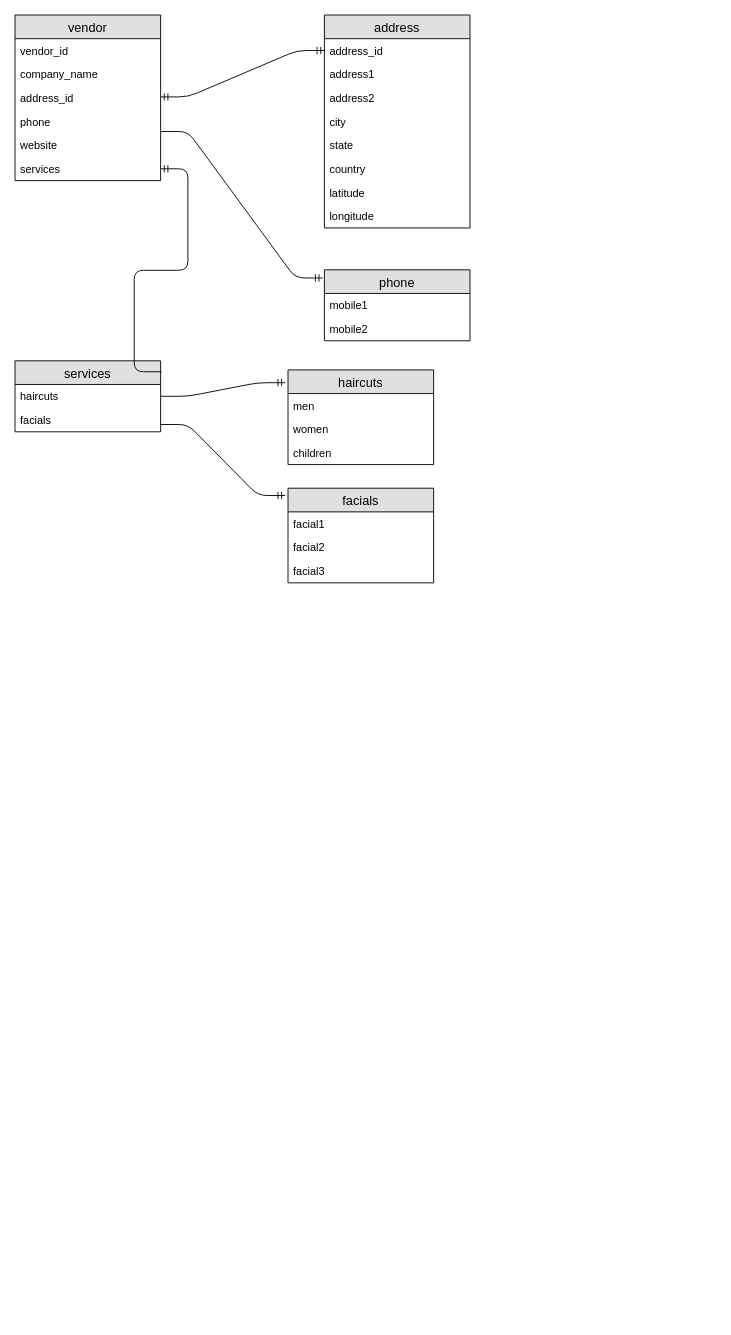
Above: Salon.drawio in prakash1307/examples (draw.io), before the change. Source tidied: cells renumbered, new cells numbered last; positions are measured from the earlier drawing's top-left corner, leaving out a move shared by most shapes. Both pictures are drawn from the tidied source at 91%, with x=0, y=0 at pixel (15, 15).
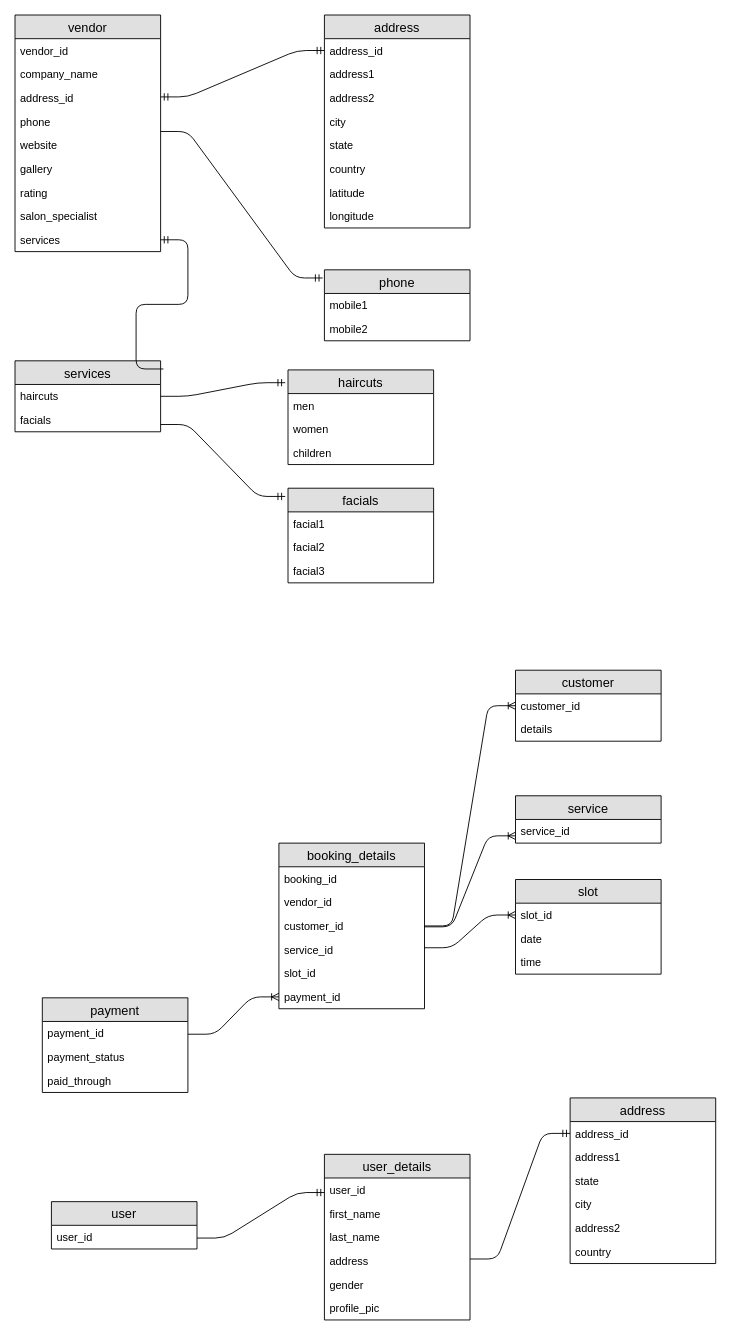
Above is the later version.

The change refers to these unchanged cells:
```xml
<mxCell id="23" value="services" style="swimlane;fontStyle=0;horizontal=1;startSize=26;fillColor=#e0e0e0;swimlaneFillColor=#ffffff;align=center;fontSize=14;" parent="1" vertex="1">
  <mxGeometry y="380" width="160" height="78" as="geometry" />
</mxCell>
<mxCell id="31" value="facials" style="swimlane;fontStyle=0;horizontal=1;startSize=26;fillColor=#e0e0e0;swimlaneFillColor=#ffffff;align=center;fontSize=14;" parent="1" vertex="1">
  <mxGeometry x="300" y="520" width="160" height="104" as="geometry" />
</mxCell>
```

Diff of the diagram source:
```diff
@@
     <mxCell id="2" value="vendor" style="swimlane;fontStyle=0;horizontal=1;startSize=26;fillColor=#e0e0e0;swimlaneFillColor=#ffffff;align=center;fontSize=14;" parent="1" vertex="1">
-      <mxGeometry width="160" height="182" as="geometry" />
+      <mxGeometry width="160" height="260" as="geometry" />
     </mxCell>
@@
+    <mxCell id="37" value="gallery&#10;" style="text;strokeColor=none;fillColor=none;spacingLeft=4;spacingRight=4;overflow=hidden;fontSize=12;" parent="2" vertex="1">
+      <mxGeometry y="156" width="160" height="26" as="geometry" />
+    </mxCell>
+    <mxCell id="38" value="rating" style="text;strokeColor=none;fillColor=none;spacingLeft=4;spacingRight=4;overflow=hidden;fontSize=12;" parent="2" vertex="1">
+      <mxGeometry y="182" width="160" height="26" as="geometry" />
+    </mxCell>
+    <mxCell id="39" value="salon_specialist" style="text;strokeColor=none;fillColor=none;spacingLeft=4;spacingRight=4;overflow=hidden;fontSize=12;" parent="2" vertex="1">
+      <mxGeometry y="208" width="160" height="26" as="geometry" />
+    </mxCell>
-    <mxCell id="8" value="services&#10;" style="text;strokeColor=none;fillColor=none;spacingLeft=4;spacingRight=4;overflow=hidden;points=[[0,0.5],[1,0.5]];portConstraint=eastwest;fontSize=12;" parent="2" vertex="1">
-      <mxGeometry y="156" width="160" height="26" as="geometry" />
+    <mxCell id="8" value="services" style="text;strokeColor=none;fillColor=none;spacingLeft=4;spacingRight=4;overflow=hidden;points=[[0,0.5],[1,0.5]];portConstraint=eastwest;fontSize=12;" parent="2" vertex="1">
+      <mxGeometry y="234" width="160" height="26" as="geometry" />
     </mxCell>
@@
-    <mxCell id="26" style="edgeStyle=entityRelationEdgeStyle;fontSize=12;html=1;endArrow=ERmandOne;exitX=1.006;exitY=0.154;exitDx=0;exitDy=0;exitPerimeter=0;" parent="1" edge="1" source="23" target="8">
+    <mxCell id="26" style="edgeStyle=entityRelationEdgeStyle;fontSize=12;html=1;endArrow=ERmandOne;exitX=1.019;exitY=0.115;exitDx=0;exitDy=0;exitPerimeter=0;" parent="1" edge="1" source="23" target="8">
       <mxGeometry relative="1" as="geometry" />
     </mxCell>
@@
-    <mxCell id="36" style="edgeStyle=entityRelationEdgeStyle;fontSize=12;html=1;endArrow=ERmandOne;entryX=-0.019;entryY=0.077;entryDx=0;entryDy=0;entryPerimeter=0;" parent="1" edge="1" target="31">
+    <mxCell id="36" style="edgeStyle=entityRelationEdgeStyle;fontSize=12;html=1;endArrow=ERmandOne;entryX=-0.019;entryY=0.087;entryDx=0;entryDy=0;entryPerimeter=0;" parent="1" edge="1" target="31">
       <mxGeometry relative="1" as="geometry">
         <mxPoint x="160" y="450" as="sourcePoint" />
       </mxGeometry>
     </mxCell>
+    <mxCell id="40" value="booking_details" style="swimlane;fontStyle=0;horizontal=1;startSize=26;fillColor=#e0e0e0;swimlaneFillColor=#ffffff;align=center;fontSize=14;" parent="1" vertex="1">
+      <mxGeometry x="290" y="910" width="160" height="182" as="geometry" />
+    </mxCell>
+    <mxCell id="41" value="booking_id" style="text;strokeColor=none;fillColor=none;spacingLeft=4;spacingRight=4;overflow=hidden;fontSize=12;" parent="40" vertex="1">
+      <mxGeometry y="26" width="160" height="26" as="geometry" />
+    </mxCell>
+    <mxCell id="42" value="vendor_id" style="text;strokeColor=none;fillColor=none;spacingLeft=4;spacingRight=4;overflow=hidden;fontSize=12;" parent="40" vertex="1">
+      <mxGeometry y="52" width="160" height="26" as="geometry" />
+    </mxCell>
+    <mxCell id="43" value="customer_id" style="text;strokeColor=none;fillColor=none;spacingLeft=4;spacingRight=4;overflow=hidden;points=[[0,0.5],[1,0.5]];portConstraint=eastwest;fontSize=12;" parent="40" vertex="1">
+      <mxGeometry y="78" width="160" height="26" as="geometry" />
+    </mxCell>
+    <mxCell id="44" value="service_id&#10;" style="text;strokeColor=none;fillColor=none;spacingLeft=4;spacingRight=4;overflow=hidden;fontSize=12;" parent="40" vertex="1">
+      <mxGeometry y="104" width="160" height="26" as="geometry" />
+    </mxCell>
+    <mxCell id="45" value="slot_id" style="text;strokeColor=none;fillColor=none;spacingLeft=4;spacingRight=4;overflow=hidden;fontSize=12;" parent="40" vertex="1">
+      <mxGeometry y="130" width="160" height="26" as="geometry" />
+    </mxCell>
+    <mxCell id="46" value="payment_id" style="text;strokeColor=none;fillColor=none;spacingLeft=4;spacingRight=4;overflow=hidden;points=[[0,0.5],[1,0.5]];portConstraint=eastwest;fontSize=12;" parent="40" vertex="1">
+      <mxGeometry y="156" width="160" height="26" as="geometry" />
+    </mxCell>
+    <mxCell id="47" value="customer" style="swimlane;fontStyle=0;horizontal=1;startSize=26;fillColor=#e0e0e0;swimlaneFillColor=#ffffff;align=center;fontSize=14;" parent="1" vertex="1">
+      <mxGeometry x="550" y="720" width="160" height="78" as="geometry" />
+    </mxCell>
+    <mxCell id="48" value="customer_id&#10;" style="text;strokeColor=none;fillColor=none;spacingLeft=4;spacingRight=4;overflow=hidden;fontSize=12;" parent="47" vertex="1">
+      <mxGeometry y="26" width="160" height="26" as="geometry" />
+    </mxCell>
+    <mxCell id="49" value="details" style="text;strokeColor=none;fillColor=none;spacingLeft=4;spacingRight=4;overflow=hidden;fontSize=12;" parent="47" vertex="1">
+      <mxGeometry y="52" width="160" height="26" as="geometry" />
+    </mxCell>
+    <mxCell id="50" style="edgeStyle=entityRelationEdgeStyle;fontSize=12;html=1;endArrow=ERoneToMany;exitX=1;exitY=0.5;exitDx=0;exitDy=0;" parent="1" edge="1" source="43">
+      <mxGeometry relative="1" as="geometry">
+        <mxPoint x="550" y="759" as="targetPoint" />
+      </mxGeometry>
+    </mxCell>
+    <mxCell id="51" value="service" style="swimlane;fontStyle=0;horizontal=1;startSize=26;fillColor=#e0e0e0;swimlaneFillColor=#ffffff;align=center;fontSize=14;" parent="1" vertex="1">
+      <mxGeometry x="550" y="858" width="160" height="52" as="geometry" />
+    </mxCell>
+    <mxCell id="52" value="service_id" style="text;strokeColor=none;fillColor=none;spacingLeft=4;spacingRight=4;overflow=hidden;fontSize=12;" parent="51" vertex="1">
+      <mxGeometry y="26" width="160" height="26" as="geometry" />
+    </mxCell>
+    <mxCell id="53" style="edgeStyle=entityRelationEdgeStyle;fontSize=12;html=1;endArrow=ERoneToMany;" parent="1" edge="1">
+      <mxGeometry relative="1" as="geometry">
+        <mxPoint x="450" y="1002" as="sourcePoint" />
+        <mxPoint x="550" y="902" as="targetPoint" />
+      </mxGeometry>
+    </mxCell>
+    <mxCell id="54" value="slot" style="swimlane;fontStyle=0;horizontal=1;startSize=26;fillColor=#e0e0e0;swimlaneFillColor=#ffffff;align=center;fontSize=14;" parent="1" vertex="1">
+      <mxGeometry x="550" y="950" width="160" height="104" as="geometry" />
+    </mxCell>
+    <mxCell id="55" value="slot_id" style="text;strokeColor=none;fillColor=none;spacingLeft=4;spacingRight=4;overflow=hidden;points=[[0,0.5],[1,0.5]];portConstraint=eastwest;fontSize=12;" parent="54" vertex="1">
+      <mxGeometry y="26" width="160" height="26" as="geometry" />
+    </mxCell>
+    <mxCell id="56" value="date" style="text;strokeColor=none;fillColor=none;spacingLeft=4;spacingRight=4;overflow=hidden;fontSize=12;" parent="54" vertex="1">
+      <mxGeometry y="52" width="160" height="26" as="geometry" />
+    </mxCell>
+    <mxCell id="57" value="time" style="text;strokeColor=none;fillColor=none;spacingLeft=4;spacingRight=4;overflow=hidden;fontSize=12;" parent="54" vertex="1">
+      <mxGeometry y="78" width="160" height="26" as="geometry" />
+    </mxCell>
+    <mxCell id="58" style="edgeStyle=entityRelationEdgeStyle;fontSize=12;html=1;endArrow=ERoneToMany;entryX=0;entryY=0.5;entryDx=0;entryDy=0;" parent="1" edge="1" target="55">
+      <mxGeometry relative="1" as="geometry">
+        <mxPoint x="450" y="1025" as="sourcePoint" />
+      </mxGeometry>
+    </mxCell>
+    <mxCell id="59" value="payment" style="swimlane;fontStyle=0;horizontal=1;startSize=26;fillColor=#e0e0e0;swimlaneFillColor=#ffffff;align=center;fontSize=14;" parent="1" vertex="1">
+      <mxGeometry x="30" y="1080" width="160" height="104" as="geometry" />
+    </mxCell>
+    <mxCell id="60" value="payment_id" style="text;strokeColor=none;fillColor=none;spacingLeft=4;spacingRight=4;overflow=hidden;fontSize=12;" parent="59" vertex="1">
+      <mxGeometry y="26" width="160" height="26" as="geometry" />
+    </mxCell>
+    <mxCell id="61" value="payment_status" style="text;strokeColor=none;fillColor=none;spacingLeft=4;spacingRight=4;overflow=hidden;fontSize=12;" parent="59" vertex="1">
+      <mxGeometry y="52" width="160" height="26" as="geometry" />
+    </mxCell>
+    <mxCell id="62" value="paid_through" style="text;strokeColor=none;fillColor=none;spacingLeft=4;spacingRight=4;overflow=hidden;fontSize=12;" parent="59" vertex="1">
+      <mxGeometry y="78" width="160" height="26" as="geometry" />
+    </mxCell>
+    <mxCell id="63" style="edgeStyle=entityRelationEdgeStyle;fontSize=12;html=1;endArrow=ERoneToMany;entryX=0;entryY=0.5;entryDx=0;entryDy=0;" parent="1" edge="1" target="46">
+      <mxGeometry relative="1" as="geometry">
+        <mxPoint x="190" y="1120" as="sourcePoint" />
+      </mxGeometry>
+    </mxCell>
+    <mxCell id="64" value="user" style="swimlane;fontStyle=0;horizontal=1;startSize=26;fillColor=#e0e0e0;swimlaneFillColor=#ffffff;align=center;fontSize=14;" parent="1" vertex="1">
+      <mxGeometry x="40" y="1304" width="160" height="52" as="geometry" />
+    </mxCell>
+    <mxCell id="65" value="user_id" style="text;strokeColor=none;fillColor=none;spacingLeft=4;spacingRight=4;overflow=hidden;fontSize=12;" parent="64" vertex="1">
+      <mxGeometry y="26" width="160" height="26" as="geometry" />
+    </mxCell>
+    <mxCell id="66" value="user_details" style="swimlane;fontStyle=0;horizontal=1;startSize=26;fillColor=#e0e0e0;swimlaneFillColor=#ffffff;align=center;fontSize=14;" parent="1" vertex="1">
+      <mxGeometry x="340" y="1252" width="160" height="182" as="geometry" />
+    </mxCell>
+    <mxCell id="67" value="user_id" style="text;strokeColor=none;fillColor=none;spacingLeft=4;spacingRight=4;overflow=hidden;points=[[0,0.5],[1,0.5]];portConstraint=eastwest;fontSize=12;" parent="66" vertex="1">
+      <mxGeometry y="26" width="160" height="26" as="geometry" />
+    </mxCell>
+    <mxCell id="68" value="first_name" style="text;strokeColor=none;fillColor=none;spacingLeft=4;spacingRight=4;overflow=hidden;fontSize=12;" parent="66" vertex="1">
+      <mxGeometry y="52" width="160" height="26" as="geometry" />
+    </mxCell>
+    <mxCell id="69" value="last_name" style="text;strokeColor=none;fillColor=none;spacingLeft=4;spacingRight=4;overflow=hidden;fontSize=12;" parent="66" vertex="1">
+      <mxGeometry y="78" width="160" height="26" as="geometry" />
+    </mxCell>
+    <mxCell id="70" value="address" style="text;strokeColor=none;fillColor=none;spacingLeft=4;spacingRight=4;overflow=hidden;fontSize=12;" parent="66" vertex="1">
+      <mxGeometry y="104" width="160" height="26" as="geometry" />
+    </mxCell>
+    <mxCell id="71" value="gender" style="text;strokeColor=none;fillColor=none;spacingLeft=4;spacingRight=4;overflow=hidden;fontSize=12;" parent="66" vertex="1">
+      <mxGeometry y="130" width="160" height="26" as="geometry" />
+    </mxCell>
+    <mxCell id="72" value="profile_pic" style="text;strokeColor=none;fillColor=none;spacingLeft=4;spacingRight=4;overflow=hidden;fontSize=12;" parent="66" vertex="1">
+      <mxGeometry y="156" width="160" height="26" as="geometry" />
+    </mxCell>
+    <mxCell id="73" style="edgeStyle=entityRelationEdgeStyle;fontSize=12;html=1;endArrow=ERmandOne;entryX=0;entryY=0.615;entryDx=0;entryDy=0;entryPerimeter=0;" parent="1" edge="1" target="67">
+      <mxGeometry relative="1" as="geometry">
+        <mxPoint x="200" y="1344" as="sourcePoint" />
+      </mxGeometry>
+    </mxCell>
+    <mxCell id="74" value="address" style="swimlane;fontStyle=0;horizontal=1;startSize=26;fillColor=#e0e0e0;swimlaneFillColor=#ffffff;align=center;fontSize=14;" parent="1" vertex="1">
+      <mxGeometry x="610" y="1190" width="160" height="182" as="geometry" />
+    </mxCell>
+    <mxCell id="75" value="address_id&#10;" style="text;strokeColor=none;fillColor=none;spacingLeft=4;spacingRight=4;overflow=hidden;points=[[0,0.5],[1,0.5]];portConstraint=eastwest;fontSize=12;" parent="74" vertex="1">
+      <mxGeometry y="26" width="160" height="26" as="geometry" />
+    </mxCell>
+    <mxCell id="76" value="address1" style="text;strokeColor=none;fillColor=none;spacingLeft=4;spacingRight=4;overflow=hidden;fontSize=12;" parent="74" vertex="1">
+      <mxGeometry y="52" width="160" height="26" as="geometry" />
+    </mxCell>
+    <mxCell id="77" value="state&#10;" style="text;strokeColor=none;fillColor=none;spacingLeft=4;spacingRight=4;overflow=hidden;fontSize=12;" parent="74" vertex="1">
+      <mxGeometry y="78" width="160" height="26" as="geometry" />
+    </mxCell>
+    <mxCell id="78" value="city&#10;" style="text;strokeColor=none;fillColor=none;spacingLeft=4;spacingRight=4;overflow=hidden;fontSize=12;" parent="74" vertex="1">
+      <mxGeometry y="104" width="160" height="26" as="geometry" />
+    </mxCell>
+    <mxCell id="79" value="address2&#10;" style="text;strokeColor=none;fillColor=none;spacingLeft=4;spacingRight=4;overflow=hidden;fontSize=12;" parent="74" vertex="1">
+      <mxGeometry y="130" width="160" height="26" as="geometry" />
+    </mxCell>
+    <mxCell id="80" value="country" style="text;strokeColor=none;fillColor=none;spacingLeft=4;spacingRight=4;overflow=hidden;fontSize=12;" parent="74" vertex="1">
+      <mxGeometry y="156" width="160" height="26" as="geometry" />
+    </mxCell>
+    <mxCell id="81" style="edgeStyle=entityRelationEdgeStyle;fontSize=12;html=1;endArrow=ERmandOne;entryX=0;entryY=0.5;entryDx=0;entryDy=0;" parent="1" edge="1" target="75">
+      <mxGeometry relative="1" as="geometry">
+        <mxPoint x="500" y="1367" as="sourcePoint" />
+      </mxGeometry>
+    </mxCell>
```
